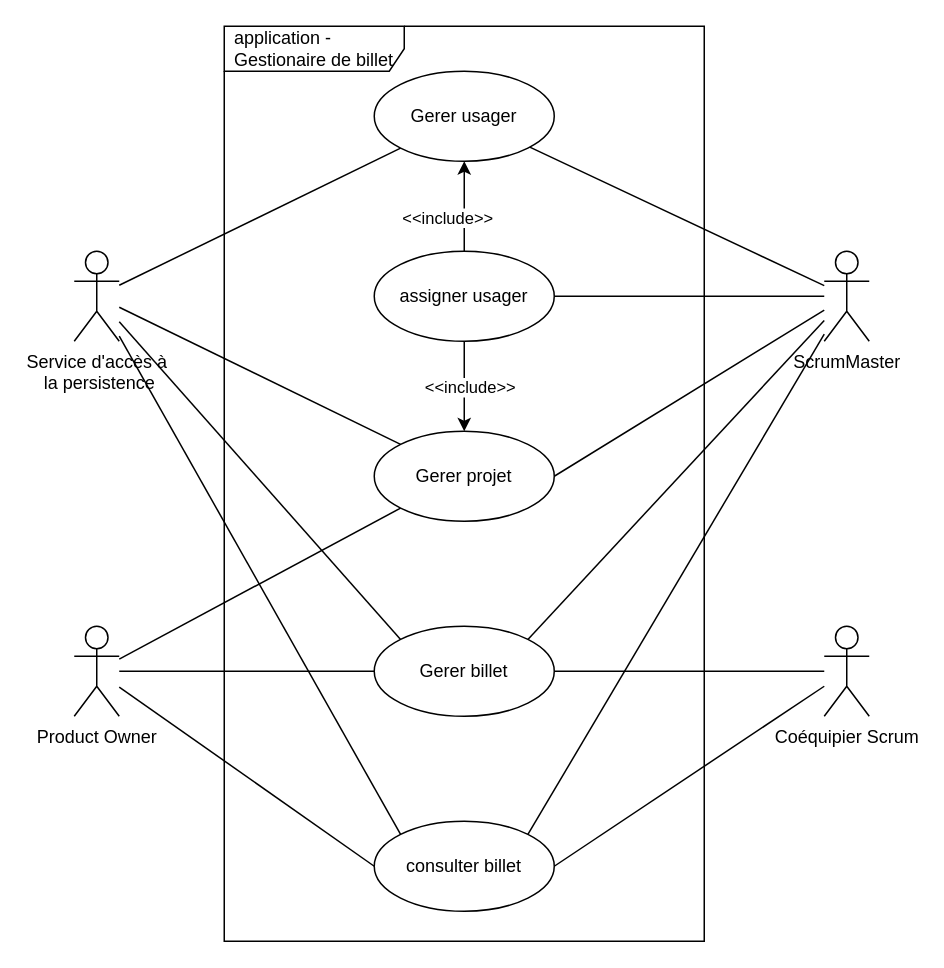
ChristWasTaken/Projet-Conception-et-Archictecture keeps this draw.io diagram as Diagrammes de conception/Diagramme_Use_Case.drawio. Above is the earlier version. Source tidied: cells renumbered, new cells numbered last; positions are measured from the earlier drawing's top-left corner, leaving out a move shared by most shapes. Both pictures are drawn from the tidied source at 150%, with x=0, y=0 at pixel (74, 26).
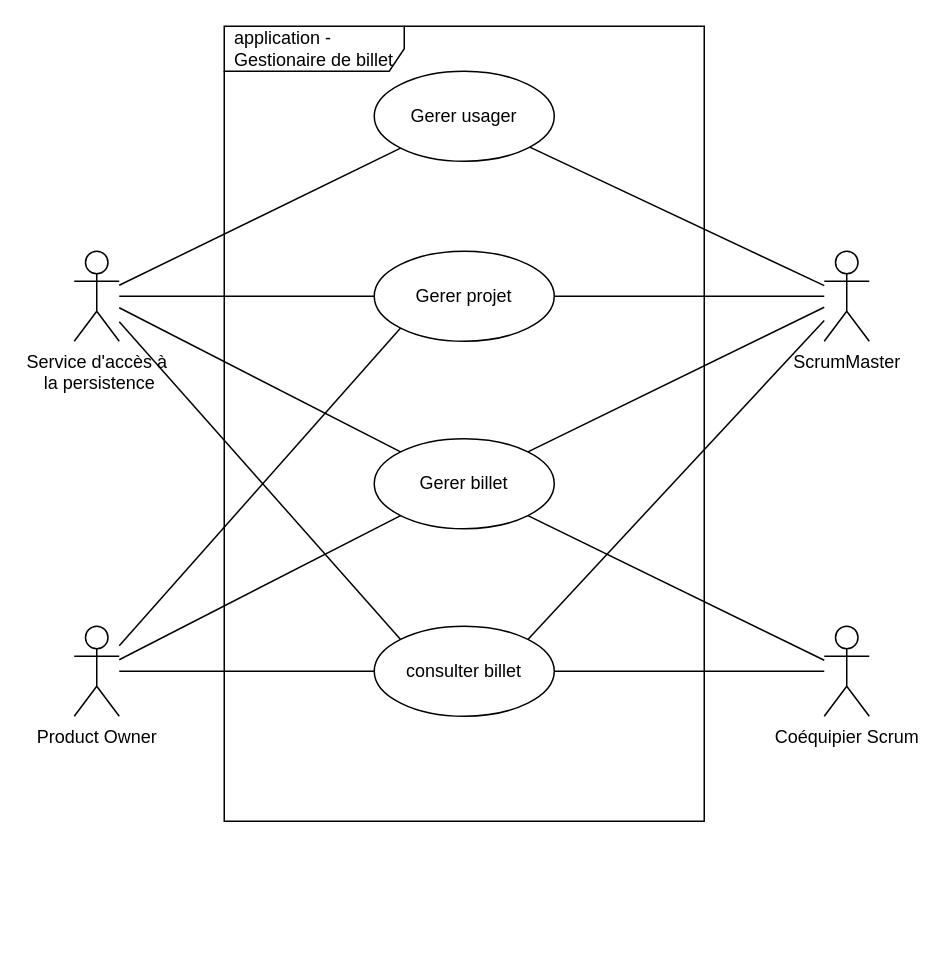
Above is the later version.

The change refers to these unchanged cells:
```xml
<mxCell id="5" value="Product Owner" style="shape=umlActor;verticalLabelPosition=bottom;verticalAlign=top;html=1;outlineConnect=0;" parent="1" vertex="1">
  <mxGeometry y="400" width="30" height="60" as="geometry" />
</mxCell>
<mxCell id="11" value="ScrumMaster" style="shape=umlActor;verticalLabelPosition=bottom;verticalAlign=top;html=1;outlineConnect=0;" parent="1" vertex="1">
  <mxGeometry x="500" y="150" width="30" height="60" as="geometry" />
</mxCell>
<mxCell id="14" value="Coéquipier Scrum" style="shape=umlActor;verticalLabelPosition=bottom;verticalAlign=top;html=1;outlineConnect=0;" parent="1" vertex="1">
  <mxGeometry x="500" y="400" width="30" height="60" as="geometry" />
</mxCell>
<mxCell id="19" value="Service d'accès à&lt;br&gt;&amp;nbsp;la persistence" style="shape=umlActor;verticalLabelPosition=bottom;verticalAlign=top;html=1;outlineConnect=0;" parent="1" vertex="1">
  <mxGeometry y="150" width="30" height="60" as="geometry" />
</mxCell>
<mxCell id="21" value="Gerer usager" style="ellipse;whiteSpace=wrap;html=1;" parent="1" vertex="1">
  <mxGeometry x="200" y="30" width="120" height="60" as="geometry" />
</mxCell>
```

What changed in the source:
```diff
@@
-    <mxCell id="3" style="edgeStyle=none;rounded=0;jettySize=auto;html=1;entryX=0;entryY=0.5;entryDx=0;entryDy=0;endArrow=none;endFill=0;" parent="1" edge="1" source="5" target="22">
+    <mxCell id="3" style="edgeStyle=none;rounded=0;jettySize=auto;html=1;entryX=0;entryY=1;entryDx=0;entryDy=0;endArrow=none;endFill=0;" parent="1" edge="1" source="5" target="22">
       <mxGeometry relative="1" as="geometry" />
     </mxCell>
@@
-    <mxCell id="8" style="edgeStyle=none;rounded=0;jettySize=auto;html=1;entryX=1;entryY=0.5;entryDx=0;entryDy=0;endArrow=none;endFill=0;" parent="1" edge="1" source="11" target="23">
-      <mxGeometry relative="1" as="geometry" />
-    </mxCell>
@@
-    <mxCell id="12" style="edgeStyle=none;rounded=0;jettySize=auto;html=1;entryX=1;entryY=0.5;entryDx=0;entryDy=0;endArrow=none;endFill=0;" parent="1" edge="1" source="14" target="22">
+    <mxCell id="12" style="edgeStyle=none;rounded=0;jettySize=auto;html=1;entryX=1;entryY=1;entryDx=0;entryDy=0;endArrow=none;endFill=0;" parent="1" edge="1" source="14" target="22">
       <mxGeometry relative="1" as="geometry" />
     </mxCell>
@@
-    <mxCell id="16" style="edgeStyle=none;rounded=0;jettySize=auto;html=1;entryX=0;entryY=0;entryDx=0;entryDy=0;endArrow=none;endFill=0;" parent="1" edge="1" source="19" target="24">
+    <mxCell id="16" style="edgeStyle=none;rounded=0;jettySize=auto;html=1;entryX=0;entryY=0.5;entryDx=0;entryDy=0;endArrow=none;endFill=0;" parent="1" edge="1" source="19" target="24">
       <mxGeometry relative="1" as="geometry" />
     </mxCell>
@@
     <mxCell id="20" value="application - Gestionaire de billet" style="shape=umlFrame;whiteSpace=wrap;html=1;width=120;height=30;boundedLbl=1;verticalAlign=middle;align=left;spacingLeft=5;" parent="1" vertex="1">
-      <mxGeometry x="100" width="320" height="610" as="geometry" />
+      <mxGeometry x="100" width="320" height="530" as="geometry" />
     </mxCell>
@@
     <mxCell id="22" value="Gerer billet" style="ellipse;whiteSpace=wrap;html=1;" parent="1" vertex="1">
-      <mxGeometry x="200" y="400" width="120" height="60" as="geometry" />
+      <mxGeometry x="200" y="275" width="120" height="60" as="geometry" />
     </mxCell>
-    <mxCell id="23" value="assigner usager" style="ellipse;whiteSpace=wrap;html=1;" parent="1" vertex="1">
-      <mxGeometry x="200" y="150" width="120" height="60" as="geometry" />
-    </mxCell>
     <mxCell id="24" value="Gerer projet" style="ellipse;whiteSpace=wrap;html=1;" parent="1" vertex="1">
-      <mxGeometry x="200" y="270" width="120" height="60" as="geometry" />
+      <mxGeometry x="200" y="150" width="120" height="60" as="geometry" />
     </mxCell>
-    <mxCell id="25" style="endArrow=classic;html=1;rounded=0;exitX=0.5;exitY=0;exitDx=0;exitDy=0;entryX=0.5;entryY=1;entryDx=0;entryDy=0;" parent="1" edge="1" source="23" target="21">
-      <mxGeometry relative="1" as="geometry" />
-    </mxCell>
-    <mxCell id="26" value="&amp;lt;&amp;lt;include&amp;gt;&amp;gt;" style="edgeLabel;html=1;align=center;verticalAlign=middle;" parent="25" vertex="1">
-      <mxGeometry x="-0.37" relative="1" as="geometry">
-        <mxPoint x="-12" y="-4" as="offset" />
-      </mxGeometry>
-    </mxCell>
-    <mxCell id="27" style="endArrow=classic;html=1;rounded=0;exitX=0.5;exitY=1;exitDx=0;exitDy=0;entryX=0.5;entryY=0;entryDx=0;entryDy=0;" parent="1" edge="1" source="23" target="24">
-      <mxGeometry relative="1" as="geometry" />
-    </mxCell>
-    <mxCell id="28" value="&amp;lt;&amp;lt;include&amp;gt;&amp;gt;" style="edgeLabel;html=1;align=center;verticalAlign=middle;" parent="27" vertex="1">
-      <mxGeometry x="-0.37" relative="1" as="geometry">
-        <mxPoint x="3" y="11" as="offset" />
-      </mxGeometry>
-    </mxCell>
     <mxCell id="29" value="consulter billet" style="ellipse;whiteSpace=wrap;html=1;" parent="1" vertex="1">
-      <mxGeometry x="200" y="530" width="120" height="60" as="geometry" />
+      <mxGeometry x="200" y="400" width="120" height="60" as="geometry" />
     </mxCell>
```
